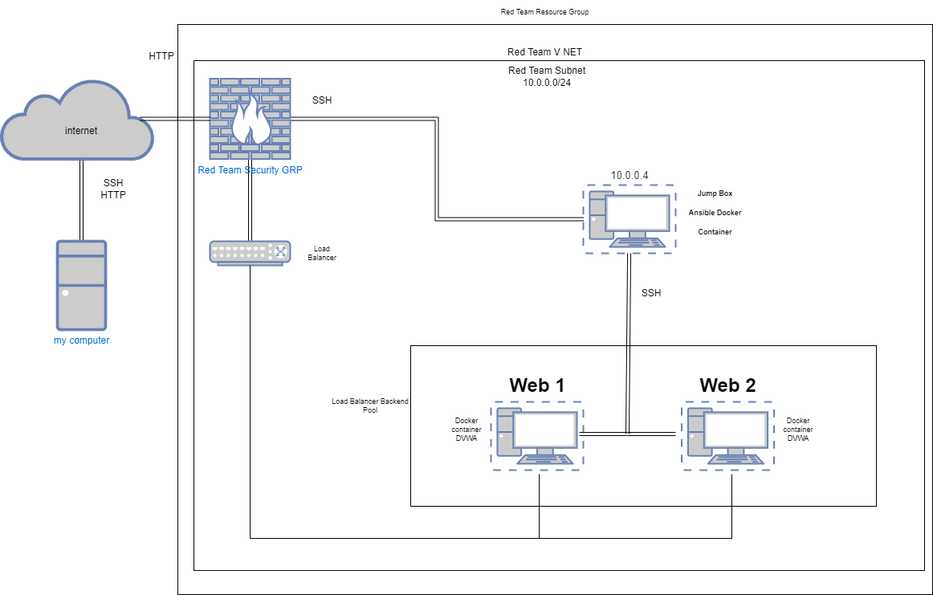
Before: Images/Network_diagram.png, a diagram exported from draw.io (Vadero66/Elk_stack_Project). Source tidied: cells renumbered, new cells last; positions are measured from the earlier drawing's top-left corner, leaving out a move shared by most shapes. The source it was exported from:
```xml
<mxGraphModel>
  <root>
    <mxCell id="0" />
    <mxCell id="1" parent="0" />
    <mxCell id="2" style="rounded=0;whiteSpace=wrap;html=1;fontSize=9;" parent="1" vertex="1">
      <mxGeometry x="220" y="30" width="940" height="710" as="geometry" />
    </mxCell>
    <mxCell id="3" style="rounded=0;whiteSpace=wrap;html=1;fontSize=9;" parent="1" vertex="1">
      <mxGeometry x="240" y="75" width="910" height="635" as="geometry" />
    </mxCell>
    <mxCell id="4" style="rounded=0;whiteSpace=wrap;html=1;fontSize=9;" parent="1" vertex="1">
      <mxGeometry x="510" y="430" width="580" height="200" as="geometry" />
    </mxCell>
    <mxCell id="5" style="edgeStyle=orthogonalEdgeStyle;rounded=0;jettySize=auto;html=1;strokeColor=none;shape=link;" parent="1" edge="1" source="7" target="9">
      <mxGeometry relative="1" as="geometry">
        <Array as="points">
          <mxPoint x="100" y="220" />
          <mxPoint x="100" y="220" />
        </Array>
      </mxGeometry>
    </mxCell>
    <mxCell id="6" style="edgeStyle=orthogonalEdgeStyle;shape=link;rounded=0;jettySize=auto;html=1;exitX=0.5;exitY=0;exitDx=0;exitDy=0;exitPerimeter=0;entryX=0.5;entryY=1;entryDx=0;entryDy=0;strokeColor=default;" parent="1" edge="1" source="7" target="9">
      <mxGeometry relative="1" as="geometry" />
    </mxCell>
    <mxCell id="7" value="my computer&lt;br&gt;" style="fontColor=#0066CC;verticalAlign=top;verticalLabelPosition=bottom;labelPosition=center;align=center;html=1;outlineConnect=0;fillColor=#CCCCCC;strokeColor=#6881B3;gradientColor=none;gradientDirection=north;strokeWidth=2;shape=mxgraph.networks.desktop_pc;" parent="1" vertex="1">
      <mxGeometry x="70" y="300" width="60" height="110" as="geometry" />
    </mxCell>
    <mxCell id="8" style="html=1;outlineConnect=0;fillColor=#CCCCCC;strokeColor=#6881B3;gradientColor=none;gradientDirection=north;strokeWidth=2;shape=mxgraph.networks.cloud;fontColor=#ffffff;" parent="1" vertex="1">
      <mxGeometry y="97.5" width="190" height="100" as="geometry" />
    </mxCell>
    <mxCell id="9" value="internet" style="text;html=1;strokeColor=none;fillColor=none;align=center;verticalAlign=middle;whiteSpace=wrap;rounded=0;" parent="1" vertex="1">
      <mxGeometry x="70" y="155" width="60" height="15" as="geometry" />
    </mxCell>
    <mxCell id="10" value="Red Team V NET" style="text;html=1;strokeColor=none;fillColor=none;align=center;verticalAlign=middle;whiteSpace=wrap;rounded=0;" parent="1" vertex="1">
      <mxGeometry x="620" y="50" width="115" height="30" as="geometry" />
    </mxCell>
    <mxCell id="11" value="Red Team Subnet&lt;br&gt;10.0.0.0/24" style="text;html=1;strokeColor=none;fillColor=none;align=center;verticalAlign=middle;whiteSpace=wrap;rounded=0;" parent="1" vertex="1">
      <mxGeometry x="620" y="80" width="120" height="30" as="geometry" />
    </mxCell>
    <mxCell id="12" value="SSH&lt;br&gt;HTTP" style="text;html=1;strokeColor=none;fillColor=none;align=center;verticalAlign=middle;whiteSpace=wrap;rounded=0;" parent="1" vertex="1">
      <mxGeometry x="110" y="220" width="60" height="30" as="geometry" />
    </mxCell>
    <mxCell id="13" style="fontColor=#0066CC;verticalAlign=top;verticalLabelPosition=bottom;labelPosition=center;align=center;html=1;outlineConnect=0;fillColor=#CCCCCC;strokeColor=#6881B3;gradientColor=none;gradientDirection=north;strokeWidth=2;shape=mxgraph.networks.virtual_pc;" parent="1" vertex="1">
      <mxGeometry x="725" y="230" width="115" height="85" as="geometry" />
    </mxCell>
    <mxCell id="14" style="fontColor=#0066CC;verticalAlign=top;verticalLabelPosition=bottom;labelPosition=center;align=center;html=1;fillColor=#CCCCCC;strokeColor=#6881B3;gradientColor=none;gradientDirection=north;strokeWidth=2;shape=mxgraph.networks.virtual_pc;" parent="1" vertex="1">
      <mxGeometry x="610" y="500" width="115" height="85" as="geometry" />
    </mxCell>
    <mxCell id="15" style="fontColor=#0066CC;verticalAlign=top;verticalLabelPosition=bottom;labelPosition=center;align=center;html=1;outlineConnect=0;fillColor=#CCCCCC;strokeColor=#6881B3;gradientColor=none;gradientDirection=north;strokeWidth=2;shape=mxgraph.networks.virtual_pc;" parent="1" vertex="1">
      <mxGeometry x="847.5" y="500" width="115" height="85" as="geometry" />
    </mxCell>
    <mxCell id="16" style="edgeStyle=orthogonalEdgeStyle;shape=link;rounded=0;jettySize=auto;html=1;entryX=0;entryY=0.5;entryDx=0;entryDy=0;entryPerimeter=0;strokeColor=default;" parent="1" edge="1" source="18" target="13">
      <mxGeometry relative="1" as="geometry" />
    </mxCell>
    <mxCell id="17" style="edgeStyle=orthogonalEdgeStyle;shape=link;rounded=0;jettySize=auto;html=1;strokeColor=default;" parent="1" edge="1" source="18" target="19">
      <mxGeometry relative="1" as="geometry" />
    </mxCell>
    <mxCell id="18" value="Red Team Security GRP" style="fontColor=#0066CC;verticalAlign=top;verticalLabelPosition=bottom;labelPosition=center;align=center;html=1;outlineConnect=0;fillColor=#CCCCCC;strokeColor=#6881B3;gradientColor=none;gradientDirection=north;strokeWidth=2;shape=mxgraph.networks.firewall;" parent="1" vertex="1">
      <mxGeometry x="260" y="97.5" width="100" height="100" as="geometry" />
    </mxCell>
    <mxCell id="19" style="fontColor=#0066CC;verticalAlign=top;verticalLabelPosition=bottom;labelPosition=center;align=center;html=1;outlineConnect=0;fillColor=#CCCCCC;strokeColor=#6881B3;gradientColor=none;gradientDirection=north;strokeWidth=2;shape=mxgraph.networks.switch;" parent="1" vertex="1">
      <mxGeometry x="260" y="300" width="100" height="30" as="geometry" />
    </mxCell>
    <mxCell id="20" value="HTTP" style="text;html=1;strokeColor=none;fillColor=none;align=center;verticalAlign=middle;whiteSpace=wrap;rounded=0;" parent="1" vertex="1">
      <mxGeometry x="170" y="55" width="60" height="30" as="geometry" />
    </mxCell>
    <mxCell id="21" value="SSH" style="text;html=1;strokeColor=none;fillColor=none;align=center;verticalAlign=middle;whiteSpace=wrap;rounded=0;" parent="1" vertex="1">
      <mxGeometry x="370" y="110" width="60" height="30" as="geometry" />
    </mxCell>
    <mxCell id="22" style="endArrow=none;html=1;rounded=0;strokeColor=default;entryX=0.5;entryY=1;entryDx=0;entryDy=0;entryPerimeter=0;" parent="1" edge="1" target="19">
      <mxGeometry relative="1" as="geometry">
        <mxPoint x="310" y="670" as="sourcePoint" />
      </mxGeometry>
    </mxCell>
    <mxCell id="23" style="endArrow=none;html=1;rounded=0;strokeColor=default;" parent="1" edge="1">
      <mxGeometry relative="1" as="geometry">
        <mxPoint x="310" y="670" as="sourcePoint" />
        <mxPoint x="670" y="670" as="targetPoint" />
      </mxGeometry>
    </mxCell>
    <mxCell id="24" value="Web 1" style="text;strokeColor=none;fillColor=none;html=1;fontSize=24;fontStyle=1;verticalAlign=middle;align=center;" parent="1" vertex="1">
      <mxGeometry x="617.5" y="460" width="100" height="40" as="geometry" />
    </mxCell>
    <mxCell id="25" value="Web 2" style="text;strokeColor=none;fillColor=none;html=1;fontSize=24;fontStyle=1;verticalAlign=middle;align=center;" parent="1" vertex="1">
      <mxGeometry x="855" y="460" width="100" height="40" as="geometry" />
    </mxCell>
    <mxCell id="26" style="endArrow=none;html=1;rounded=0;" parent="1" edge="1">
      <mxGeometry relative="1" as="geometry">
        <mxPoint x="670" y="670" as="sourcePoint" />
        <mxPoint x="670" y="590" as="targetPoint" />
      </mxGeometry>
    </mxCell>
    <mxCell id="27" style="endArrow=none;html=1;rounded=0;" parent="1" edge="1">
      <mxGeometry relative="1" as="geometry">
        <mxPoint x="670" y="670" as="sourcePoint" />
        <mxPoint x="910" y="670" as="targetPoint" />
      </mxGeometry>
    </mxCell>
    <mxCell id="28" style="endArrow=none;html=1;rounded=0;" parent="1" edge="1">
      <mxGeometry relative="1" as="geometry">
        <mxPoint x="910" y="670" as="sourcePoint" />
        <mxPoint x="910" y="590" as="targetPoint" />
      </mxGeometry>
    </mxCell>
    <mxCell id="29" style="endArrow=none;html=1;rounded=0;shape=link;exitX=0.91;exitY=0.5;exitDx=0;exitDy=0;exitPerimeter=0;" parent="1" edge="1" source="8" target="18">
      <mxGeometry relative="1" as="geometry" />
    </mxCell>
    <mxCell id="30" style="endArrow=none;html=1;rounded=0;fontSize=14;shape=link;" parent="1" edge="1" source="13">
      <mxGeometry relative="1" as="geometry">
        <mxPoint x="780" y="540" as="targetPoint" />
      </mxGeometry>
    </mxCell>
    <mxCell id="31" style="endArrow=none;html=1;rounded=0;fontSize=14;shape=link;" parent="1" edge="1">
      <mxGeometry relative="1" as="geometry">
        <mxPoint x="720" y="540" as="sourcePoint" />
        <mxPoint x="780" y="540" as="targetPoint" />
      </mxGeometry>
    </mxCell>
    <mxCell id="32" style="endArrow=none;html=1;rounded=0;fontSize=14;shape=link;entryX=-0.065;entryY=0.471;entryDx=0;entryDy=0;entryPerimeter=0;" parent="1" edge="1" target="15">
      <mxGeometry relative="1" as="geometry">
        <mxPoint x="780" y="540" as="sourcePoint" />
      </mxGeometry>
    </mxCell>
    <mxCell id="33" value="&lt;font style=&quot;font-size: 9px&quot;&gt;&lt;span style=&quot;font-weight: 700&quot;&gt;Jump Box&lt;/span&gt;&lt;br style=&quot;font-weight: 700&quot;&gt;&lt;span style=&quot;font-weight: 700&quot;&gt;Ansible Docker Container&lt;/span&gt;&lt;/font&gt;" style="text;html=1;strokeColor=none;fillColor=none;align=center;verticalAlign=middle;whiteSpace=wrap;rounded=0;fontSize=20;" parent="1" vertex="1">
      <mxGeometry x="847.5" y="230" width="82.5" height="60" as="geometry" />
    </mxCell>
    <mxCell id="34" value="Load Balancer" style="text;html=1;strokeColor=none;fillColor=none;align=center;verticalAlign=middle;whiteSpace=wrap;rounded=0;fontSize=9;" parent="1" vertex="1">
      <mxGeometry x="370" y="300" width="60" height="30" as="geometry" />
    </mxCell>
    <mxCell id="35" value="&lt;br&gt;&lt;span style=&quot;color: rgb(50 , 49 , 48) ; font-family: &amp;#34;az_ea_font&amp;#34; , &amp;#34;segoe ui&amp;#34; , &amp;#34;az_font&amp;#34; , , , &amp;#34;blinkmacsystemfont&amp;#34; , &amp;#34;roboto&amp;#34; , &amp;#34;oxygen&amp;#34; , &amp;#34;ubuntu&amp;#34; , &amp;#34;cantarell&amp;#34; , &amp;#34;open sans&amp;#34; , &amp;#34;helvetica neue&amp;#34; , sans-serif ; font-size: 13px ; background-color: rgb(255 , 255 , 255)&quot;&gt;10.0.0.4&lt;/span&gt;" style="text;html=1;strokeColor=none;fillColor=none;align=center;verticalAlign=middle;whiteSpace=wrap;rounded=0;fontSize=9;" parent="1" vertex="1">
      <mxGeometry x="752.5" y="197.5" width="60" height="30" as="geometry" />
    </mxCell>
    <mxCell id="36" value="Docker container DVWA" style="text;html=1;strokeColor=none;fillColor=none;align=center;verticalAlign=middle;whiteSpace=wrap;rounded=0;fontSize=9;" parent="1" vertex="1">
      <mxGeometry x="550" y="520" width="60" height="30" as="geometry" />
    </mxCell>
    <mxCell id="37" value="Docker container DVWA" style="text;html=1;strokeColor=none;fillColor=none;align=center;verticalAlign=middle;whiteSpace=wrap;rounded=0;fontSize=9;" parent="1" vertex="1">
      <mxGeometry x="962.5" y="520" width="60" height="30" as="geometry" />
    </mxCell>
    <mxCell id="38" value="Load Balancer Backend Pool" style="text;html=1;strokeColor=none;fillColor=none;align=center;verticalAlign=middle;whiteSpace=wrap;rounded=0;fontSize=9;" parent="1" vertex="1">
      <mxGeometry x="410" y="480" width="100" height="50" as="geometry" />
    </mxCell>
    <mxCell id="39" value="Red Team Resource Group" style="text;html=1;strokeColor=none;fillColor=none;align=center;verticalAlign=middle;whiteSpace=wrap;rounded=0;fontSize=9;" parent="1" vertex="1">
      <mxGeometry x="621.2" width="112.5" height="30" as="geometry" />
    </mxCell>
    <mxCell id="40" value="SSH" style="text;html=1;strokeColor=none;fillColor=none;align=center;verticalAlign=middle;whiteSpace=wrap;rounded=0;" parent="1" vertex="1">
      <mxGeometry x="780" y="350" width="60" height="30" as="geometry" />
    </mxCell>
  </root>
</mxGraphModel>
```
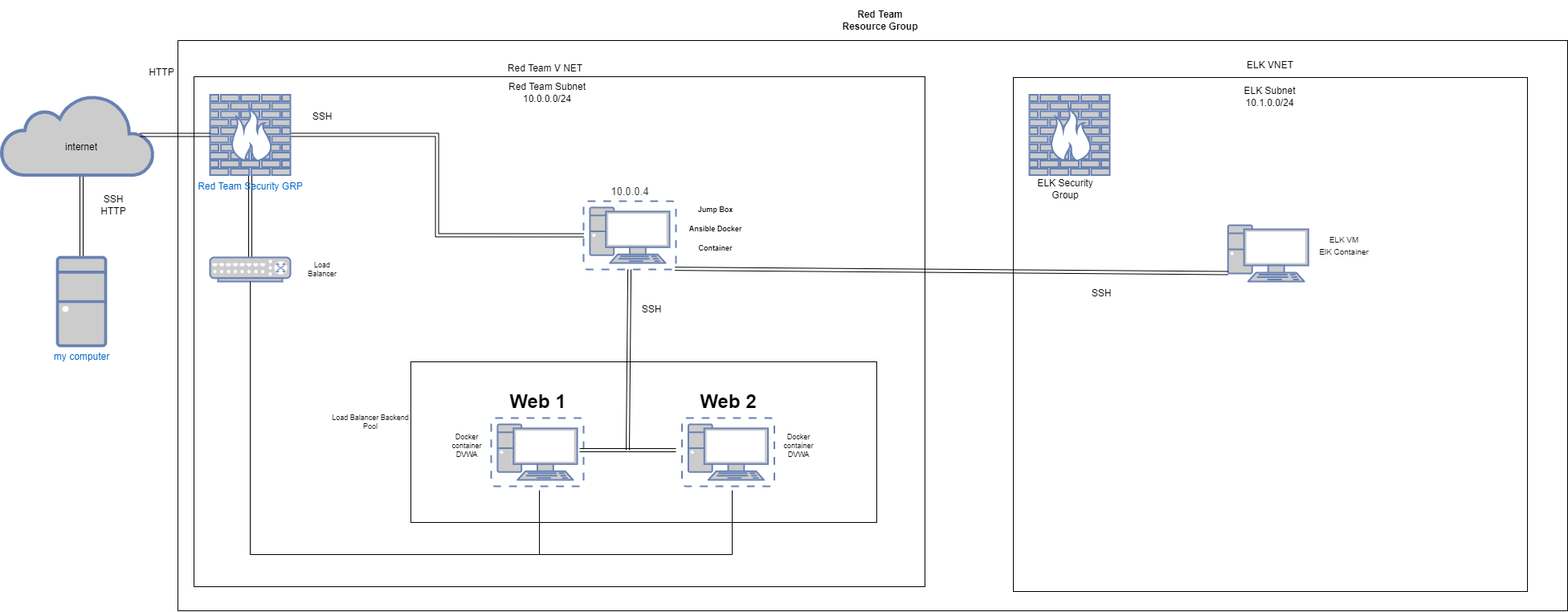
After the commit.

Commit message:
Updated Network Diagram

Diff of the diagram source:
```diff
@@ -3,7 +3,7 @@
     <mxCell id="0" />
     <mxCell id="1" parent="0" />
     <mxCell id="2" style="rounded=0;whiteSpace=wrap;html=1;fontSize=9;" parent="1" vertex="1">
-      <mxGeometry x="220" y="30" width="940" height="710" as="geometry" />
+      <mxGeometry x="220" y="30" width="1730" height="710" as="geometry" />
     </mxCell>
     <mxCell id="3" style="rounded=0;whiteSpace=wrap;html=1;fontSize=9;" parent="1" vertex="1">
       <mxGeometry x="240" y="75" width="910" height="635" as="geometry" />
@@ -139,11 +139,38 @@
     <mxCell id="38" value="Load Balancer Backend Pool" style="text;html=1;strokeColor=none;fillColor=none;align=center;verticalAlign=middle;whiteSpace=wrap;rounded=0;fontSize=9;" parent="1" vertex="1">
       <mxGeometry x="410" y="480" width="100" height="50" as="geometry" />
     </mxCell>
-    <mxCell id="39" value="Red Team Resource Group" style="text;html=1;strokeColor=none;fillColor=none;align=center;verticalAlign=middle;whiteSpace=wrap;rounded=0;fontSize=9;" parent="1" vertex="1">
-      <mxGeometry x="621.2" width="112.5" height="30" as="geometry" />
+    <mxCell id="39" value="&lt;b style=&quot;font-size: 12px;&quot;&gt;Red Team Resource Group&lt;/b&gt;" style="text;html=1;strokeColor=none;fillColor=none;align=center;verticalAlign=middle;whiteSpace=wrap;rounded=0;fontSize=12;" parent="1" vertex="1">
+      <mxGeometry x="1037.5" y="-20" width="112.5" height="50" as="geometry" />
     </mxCell>
     <mxCell id="40" value="SSH" style="text;html=1;strokeColor=none;fillColor=none;align=center;verticalAlign=middle;whiteSpace=wrap;rounded=0;" parent="1" vertex="1">
       <mxGeometry x="780" y="350" width="60" height="30" as="geometry" />
     </mxCell>
+    <mxCell id="41" style="whiteSpace=wrap;html=1;" parent="1" vertex="1">
+      <mxGeometry x="1260" y="76" width="640" height="640" as="geometry" />
+    </mxCell>
+    <mxCell id="42" value="ELK VNET" style="text;html=1;strokeColor=none;fillColor=none;align=center;verticalAlign=middle;whiteSpace=wrap;rounded=0;" parent="1" vertex="1">
+      <mxGeometry x="1527.2" y="46" width="105.5" height="30" as="geometry" />
+    </mxCell>
+    <mxCell id="43" value="ELK Subnet&lt;br&gt;10.1.0.0/24" style="text;html=1;strokeColor=none;fillColor=none;align=center;verticalAlign=middle;whiteSpace=wrap;rounded=0;" parent="1" vertex="1">
+      <mxGeometry x="1546.4" y="80" width="67.2" height="40" as="geometry" />
+    </mxCell>
+    <mxCell id="44" style="fontColor=#0066CC;verticalAlign=top;verticalLabelPosition=bottom;labelPosition=center;align=center;html=1;fillColor=#CCCCCC;strokeColor=#6881B3;gradientColor=none;gradientDirection=north;strokeWidth=2;shape=mxgraph.networks.firewall;" parent="1" vertex="1">
+      <mxGeometry x="1280" y="97.5" width="100" height="100" as="geometry" />
+    </mxCell>
+    <mxCell id="45" value="ELK Security Group" style="text;html=1;strokeColor=none;fillColor=none;align=center;verticalAlign=middle;whiteSpace=wrap;rounded=0;" parent="1" vertex="1">
+      <mxGeometry x="1280" y="200" width="90" height="30" as="geometry" />
+    </mxCell>
+    <mxCell id="46" style="fontColor=#0066CC;verticalAlign=top;verticalLabelPosition=bottom;labelPosition=center;align=center;html=1;outlineConnect=0;fillColor=#CCCCCC;strokeColor=#6881B3;gradientColor=none;gradientDirection=north;strokeWidth=2;shape=mxgraph.networks.pc;fontSize=12;" parent="1" vertex="1">
+      <mxGeometry x="1527.2" y="260" width="100" height="70" as="geometry" />
+    </mxCell>
+    <mxCell id="47" value="&lt;font style=&quot;font-size: 10px&quot;&gt;ELK VM&lt;br&gt;ElK Container&lt;br&gt;&lt;/font&gt;" style="text;html=1;strokeColor=none;fillColor=none;align=center;verticalAlign=middle;whiteSpace=wrap;rounded=0;fontSize=12;" parent="1" vertex="1">
+      <mxGeometry x="1627.2" y="230" width="90" height="110" as="geometry" />
+    </mxCell>
+    <mxCell id="48" style="endArrow=none;html=1;rounded=0;fontSize=14;shape=link;entryX=0.99;entryY=0.99;entryDx=0;entryDy=0;entryPerimeter=0;exitX=0;exitY=0.85;exitDx=0;exitDy=0;exitPerimeter=0;" parent="1" edge="1" source="46" target="13">
+      <mxGeometry relative="1" as="geometry" />
+    </mxCell>
+    <mxCell id="49" value="SSH" style="text;html=1;strokeColor=none;fillColor=none;align=center;verticalAlign=middle;whiteSpace=wrap;rounded=0;" parent="1" vertex="1">
+      <mxGeometry x="1340" y="330" width="60" height="30" as="geometry" />
+    </mxCell>
   </root>
 </mxGraphModel>
```
